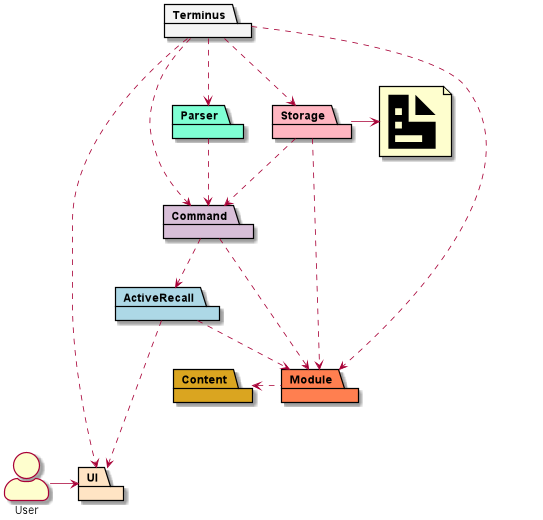
Earlier version of the PlantUML export docs/attachments/ArchitectureDiagram.png (nus-cs2113-AY2122S1/tp). The source it was exported from:
```plantuml
@startuml
package UI #bisque
skinparam actorStyle awesome
actor User as user
package Terminus #whitesmoke
package Parser #aquamarine
package Command #thistle
package Module #coral
package Content #goldenrod
package ActiveRecall #lightblue
package Storage #lightpink
file data [
  <size:100><&document></size>
]

user -> UI
Terminus ..> UI
Terminus ..> Parser
Terminus ..> Command
Parser ..> Command
Content <.r. Module
Command ..> Module
ActiveRecall ...> UI
Command ..> ActiveRecall
Terminus ..> Storage

ActiveRecall ..> Module
Storage ..> Command
Storage ..> Module
Storage -> data
Terminus ..> Module
@enduml
```
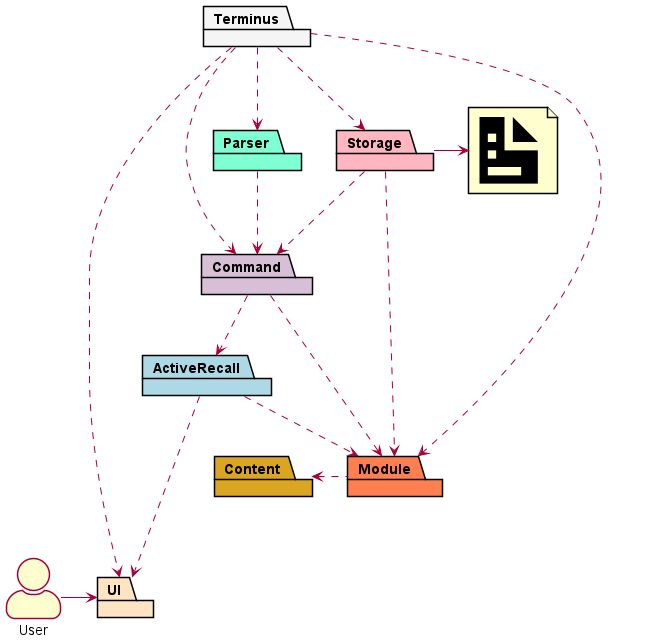
Above is the later version.

Diff of the diagram source:
```diff
@@ -1,14 +1,15 @@
 @startuml
-package UI #bisque
+!include SequenceStyle.puml
 skinparam actorStyle awesome
 actor User as user
-package Terminus #whitesmoke
-package Parser #aquamarine
-package Command #thistle
-package Module #coral
-package Content #goldenrod
-package ActiveRecall #lightblue
-package Storage #lightpink
+package UI UI_BOX_COLOR
+package Terminus TERMINUS_BOX_COLOR
+package Parser PARSER_BOX_COLOR
+package Command COMMAND_BOX_COLOR
+package Module MODULE_BOX_COLOR
+package Content CONTENT_BOX_COLOR
+package ActiveRecall ACTIVERECALL_BOX_COLOR
+package Storage STORAGE_BOX_COLOR
 file data [
   <size:100><&document></size>
 ]
```
